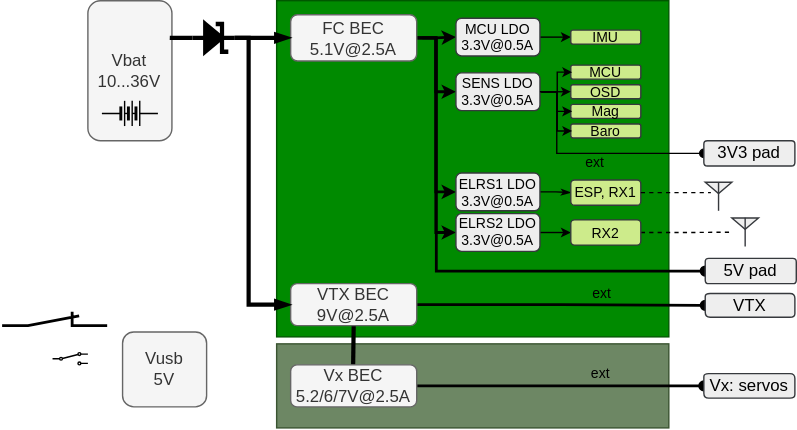
MomoRC-tech/MoGliFC-Flight-Controller keeps this draw.io diagram as documentation/images/doc_MoGliFC_power_concept.svg. Above is the earlier version. Source tidied: cells renumbered, new cells last; positions are measured from the earlier drawing's top-left corner, leaving out a move shared by most shapes.
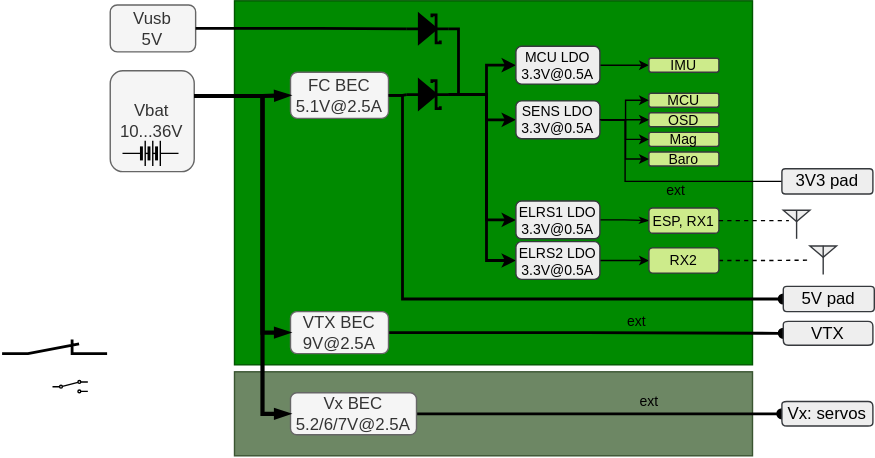
After the commit.

What changed in the source:
```diff
@@ -3,13 +3,13 @@
     <mxCell id="0" />
     <mxCell id="1" parent="0" />
     <mxCell id="2" style="whiteSpace=wrap;html=1;fillColor=#008a00;fontColor=#ffffff;strokeColor=#005700;imageAspect=1;" parent="1" vertex="1">
-      <mxGeometry x="196" width="280" height="240" as="geometry" />
+      <mxGeometry x="166" y="-20" width="370" height="260" as="geometry" />
     </mxCell>
     <mxCell id="3" style="rounded=0;whiteSpace=wrap;html=1;fillColor=#6d8764;fontColor=#ffffff;strokeColor=#3A5431;" parent="1" vertex="1">
-      <mxGeometry x="196" y="245" width="280" height="60" as="geometry" />
+      <mxGeometry x="166" y="245" width="370" height="60" as="geometry" />
     </mxCell>
     <mxCell id="4" value="Vbat&lt;div&gt;10...36V&lt;/div&gt;" style="whiteSpace=wrap;html=1;rounded=1;fillColor=#f5f5f5;fontColor=#333333;strokeColor=#666666;" parent="1" vertex="1">
-      <mxGeometry x="61.2" width="60" height="100" as="geometry" />
+      <mxGeometry x="77.2" y="30" width="60" height="72" as="geometry" />
     </mxCell>
     <mxCell id="5" style="edgeStyle=orthogonalEdgeStyle;rounded=0;jettySize=auto;html=1;entryX=0;entryY=0.5;entryDx=0;entryDy=0;endArrow=oval;endFill=1;strokeWidth=2;" parent="1" edge="1" source="8" target="19">
       <mxGeometry relative="1" as="geometry" />
@@ -19,41 +19,53 @@
         <mxPoint x="10" y="-13" as="offset" />
       </mxGeometry>
     </mxCell>
-    <mxCell id="7" style="edgeStyle=elbowEdgeStyle;rounded=0;jettySize=auto;html=1;endArrow=none;endFill=0;strokeWidth=3;exitX=0.5;exitY=1;exitDx=0;exitDy=0;" parent="1" edge="1" source="8" target="18">
-      <mxGeometry relative="1" as="geometry" />
-    </mxCell>
     <mxCell id="8" value="VTX BEC 9V@2.5A" style="whiteSpace=wrap;html=1;rounded=1;fillColor=#f5f5f5;fontColor=#333333;strokeColor=#666666;" parent="1" vertex="1">
-      <mxGeometry x="206" y="202" width="90" height="30" as="geometry" />
+      <mxGeometry x="206" y="202" width="70" height="30" as="geometry" />
     </mxCell>
-    <mxCell id="9" style="edgeStyle=elbowEdgeStyle;rounded=0;jettySize=auto;html=1;exitX=1;exitY=0.5;exitDx=0;exitDy=0;entryX=0;entryY=0.5;entryDx=0;entryDy=0;endSize=4;strokeWidth=2;" parent="1" edge="1" source="15" target="22">
-      <mxGeometry relative="1" as="geometry" />
+    <mxCell id="9" style="edgeStyle=elbowEdgeStyle;rounded=0;jettySize=auto;html=1;exitX=1;exitY=0.5;exitDx=0;exitDy=0;entryX=0;entryY=0.5;entryDx=0;entryDy=0;endSize=4;strokeWidth=2;exitPerimeter=0;" parent="1" edge="1" source="54" target="22">
+      <mxGeometry relative="1" as="geometry">
+        <Array as="points">
+          <mxPoint x="346" y="40" />
+        </Array>
+      </mxGeometry>
     </mxCell>
-    <mxCell id="10" style="edgeStyle=elbowEdgeStyle;rounded=0;jettySize=auto;html=1;exitX=1;exitY=0.5;exitDx=0;exitDy=0;entryX=0;entryY=0.5;entryDx=0;entryDy=0;endSize=4;strokeWidth=2;" parent="1" edge="1" source="15" target="25">
-      <mxGeometry relative="1" as="geometry" />
+    <mxCell id="10" style="edgeStyle=elbowEdgeStyle;rounded=0;jettySize=auto;html=1;exitX=1;exitY=0.5;exitDx=0;exitDy=0;entryX=0;entryY=0.5;entryDx=0;entryDy=0;endSize=4;strokeWidth=2;exitPerimeter=0;" parent="1" edge="1" source="54" target="25">
+      <mxGeometry relative="1" as="geometry">
+        <Array as="points">
+          <mxPoint x="346" y="50" />
+        </Array>
+      </mxGeometry>
     </mxCell>
-    <mxCell id="11" style="edgeStyle=elbowEdgeStyle;rounded=0;jettySize=auto;html=1;endSize=4;strokeWidth=2;" parent="1" edge="1" source="15" target="27">
-      <mxGeometry relative="1" as="geometry" />
+    <mxCell id="11" style="edgeStyle=elbowEdgeStyle;rounded=0;jettySize=auto;html=1;endSize=4;strokeWidth=2;exitX=1;exitY=0.5;exitDx=0;exitDy=0;exitPerimeter=0;" parent="1" edge="1" source="54" target="27">
+      <mxGeometry relative="1" as="geometry">
+        <Array as="points">
+          <mxPoint x="346" y="90" />
+        </Array>
+      </mxGeometry>
     </mxCell>
-    <mxCell id="12" style="edgeStyle=elbowEdgeStyle;rounded=0;jettySize=auto;html=1;endSize=4;strokeWidth=2;" parent="1" edge="1" source="15" target="29">
-      <mxGeometry relative="1" as="geometry" />
+    <mxCell id="12" style="edgeStyle=elbowEdgeStyle;rounded=0;jettySize=auto;html=1;endSize=4;strokeWidth=2;exitX=1;exitY=0.5;exitDx=0;exitDy=0;exitPerimeter=0;" parent="1" edge="1" source="54" target="29">
+      <mxGeometry relative="1" as="geometry">
+        <Array as="points">
+          <mxPoint x="346" y="90" />
+        </Array>
+      </mxGeometry>
     </mxCell>
-    <mxCell id="13" style="edgeStyle=elbowEdgeStyle;rounded=0;jettySize=auto;html=1;entryX=0;entryY=0.5;entryDx=0;entryDy=0;endSize=6;endArrow=oval;endFill=1;strokeWidth=2;" parent="1" edge="1" target="35">
+    <mxCell id="13" style="edgeStyle=elbowEdgeStyle;rounded=0;jettySize=auto;html=1;entryX=0;entryY=0.5;entryDx=0;entryDy=0;endSize=6;endArrow=oval;endFill=1;strokeWidth=2;exitX=1;exitY=0.5;exitDx=0;exitDy=0;" parent="1" edge="1" source="15" target="35">
       <mxGeometry relative="1" as="geometry">
-        <mxPoint x="300" y="26.5" as="sourcePoint" />
         <Array as="points">
-          <mxPoint x="310" y="120" />
+          <mxPoint x="286" y="110" />
         </Array>
       </mxGeometry>
     </mxCell>
-    <mxCell id="14" style="edgeStyle=elbowEdgeStyle;rounded=0;jettySize=auto;html=1;endArrow=blockThin;endFill=1;strokeWidth=3;exitX=1;exitY=0.5;exitDx=0;exitDy=0;endSize=4;exitPerimeter=0;" parent="1" edge="1" source="40" target="8">
+    <mxCell id="14" style="edgeStyle=elbowEdgeStyle;rounded=0;jettySize=auto;html=1;endArrow=blockThin;endFill=1;strokeWidth=3;exitX=1;exitY=0.25;exitDx=0;exitDy=0;endSize=4;" parent="1" edge="1" source="4" target="8">
       <mxGeometry relative="1" as="geometry">
         <Array as="points">
-          <mxPoint x="176" y="120" />
+          <mxPoint x="186" y="130" />
         </Array>
       </mxGeometry>
     </mxCell>
     <mxCell id="15" value="FC BEC 5.1V@2.5A" style="whiteSpace=wrap;html=1;rounded=1;fillColor=#f5f5f5;fontColor=#333333;strokeColor=#666666;" parent="1" vertex="1">
-      <mxGeometry x="206" y="10" width="90" height="33" as="geometry" />
+      <mxGeometry x="206" y="31" width="70" height="33" as="geometry" />
     </mxCell>
     <mxCell id="16" style="edgeStyle=entityRelationEdgeStyle;rounded=0;jettySize=auto;html=1;entryX=0;entryY=0.5;entryDx=0;entryDy=0;endArrow=oval;endFill=1;strokeWidth=2;" parent="1" edge="1" source="18" target="20">
       <mxGeometry relative="1" as="geometry" />
@@ -67,21 +79,23 @@
       <mxGeometry x="206" y="260" width="90" height="30" as="geometry" />
     </mxCell>
     <mxCell id="19" value="VTX" style="shape=step;perimeter=stepPerimeter;whiteSpace=wrap;html=1;fixedSize=1;size=-6;fillColor=#eeeeee;strokeColor=#36393d;rounded=1;arcSize=7;" parent="1" vertex="1">
-      <mxGeometry x="502" y="209" width="64" height="17" as="geometry" />
+      <mxGeometry x="558" y="209" width="64" height="17" as="geometry" />
     </mxCell>
     <mxCell id="20" value="Vx: servos" style="shape=step;perimeter=stepPerimeter;whiteSpace=wrap;html=1;fixedSize=1;size=0;fillColor=#eeeeee;strokeColor=#36393d;rounded=1;arcSize=7;" parent="1" vertex="1">
-      <mxGeometry x="501" y="266.2" width="65" height="17.5" as="geometry" />
+      <mxGeometry x="557" y="266.2" width="65" height="17.5" as="geometry" />
     </mxCell>
     <mxCell id="21" style="edgeStyle=elbowEdgeStyle;rounded=0;jettySize=auto;html=1;endSize=4;" parent="1" edge="1" source="22" target="30">
       <mxGeometry relative="1" as="geometry" />
     </mxCell>
     <mxCell id="22" value="MCU LDO 3.3V@0.5A" style="whiteSpace=wrap;html=1;rounded=1;fontSize=10;fillColor=#eeeeee;strokeColor=#36393d;" parent="1" vertex="1">
-      <mxGeometry x="324" y="12.5" width="60" height="27" as="geometry" />
+      <mxGeometry x="367" y="12.5" width="60" height="27" as="geometry" />
     </mxCell>
-    <mxCell id="23" style="edgeStyle=elbowEdgeStyle;rounded=0;jettySize=auto;html=1;entryX=0;entryY=0.5;entryDx=0;entryDy=0;exitX=1;exitY=0.5;exitDx=0;exitDy=0;endArrow=oval;endFill=1;" parent="1" edge="1" source="25" target="31">
+    <mxCell id="23" style="edgeStyle=elbowEdgeStyle;rounded=0;orthogonalLoop=1;jettySize=auto;html=1;entryX=0;entryY=0.5;entryDx=0;entryDy=0;exitX=1;exitY=0.5;exitDx=0;exitDy=0;endArrow=oval;endFill=1;" parent="1" edge="1">
       <mxGeometry relative="1" as="geometry">
+        <mxPoint x="433" y="65" as="sourcePoint" />
+        <mxPoint x="563" y="109" as="targetPoint" />
         <Array as="points">
-          <mxPoint x="396" y="100" />
+          <mxPoint x="445" y="100" />
         </Array>
       </mxGeometry>
     </mxCell>
@@ -91,53 +105,47 @@
       </mxGeometry>
     </mxCell>
     <mxCell id="25" value="SENS LDO 3.3V@0.5A" style="whiteSpace=wrap;html=1;rounded=1;fontSize=10;fillColor=#eeeeee;strokeColor=#36393d;" parent="1" vertex="1">
-      <mxGeometry x="324" y="51.5" width="60" height="27" as="geometry" />
+      <mxGeometry x="367" y="51.5" width="60" height="27" as="geometry" />
     </mxCell>
     <mxCell id="26" style="edgeStyle=elbowEdgeStyle;rounded=0;jettySize=auto;html=1;entryX=0;entryY=0.5;entryDx=0;entryDy=0;strokeWidth=1;endArrow=classicThin;endFill=1;endSize=4;" parent="1" edge="1" source="27" target="32">
       <mxGeometry relative="1" as="geometry" />
     </mxCell>
     <mxCell id="27" value="ELRS1 LDO 3.3V@0.5A" style="whiteSpace=wrap;html=1;rounded=1;fontSize=10;fillColor=#eeeeee;strokeColor=#36393d;" parent="1" vertex="1">
-      <mxGeometry x="324" y="123" width="60" height="27" as="geometry" />
+      <mxGeometry x="367" y="123" width="60" height="27" as="geometry" />
     </mxCell>
     <mxCell id="28" style="edgeStyle=elbowEdgeStyle;rounded=0;jettySize=auto;html=1;exitX=1;exitY=0.5;exitDx=0;exitDy=0;endSize=4;" parent="1" edge="1" source="29" target="34">
       <mxGeometry relative="1" as="geometry" />
     </mxCell>
     <mxCell id="29" value="ELRS2 LDO 3.3V@0.5A" style="whiteSpace=wrap;html=1;rounded=1;fontSize=10;fillColor=#eeeeee;strokeColor=#36393d;" parent="1" vertex="1">
-      <mxGeometry x="324" y="152" width="60" height="27" as="geometry" />
+      <mxGeometry x="367" y="152" width="60" height="27" as="geometry" />
     </mxCell>
     <mxCell id="30" value="IMU" style="whiteSpace=wrap;html=1;rounded=1;fillColor=#cdeb8b;strokeColor=#36393d;fontSize=10;" parent="1" vertex="1">
-      <mxGeometry x="406" y="21" width="50" height="10" as="geometry" />
+      <mxGeometry x="462" y="21" width="50" height="10" as="geometry" />
     </mxCell>
     <mxCell id="31" value="3V3 pad" style="shape=step;perimeter=stepPerimeter;whiteSpace=wrap;html=1;fixedSize=1;size=-5;fillColor=#eeeeee;strokeColor=#36393d;rounded=1;arcSize=5;" parent="1" vertex="1">
-      <mxGeometry x="501" y="100" width="65" height="18" as="geometry" />
+      <mxGeometry x="557" y="100" width="65" height="18" as="geometry" />
     </mxCell>
     <mxCell id="32" value="ESP, RX1" style="whiteSpace=wrap;html=1;rounded=1;fillColor=#cdeb8b;strokeColor=#36393d;fontSize=10;" parent="1" vertex="1">
-      <mxGeometry x="406" y="128" width="50" height="18" as="geometry" />
+      <mxGeometry x="462" y="128" width="50" height="18" as="geometry" />
     </mxCell>
     <mxCell id="33" style="edgeStyle=elbowEdgeStyle;rounded=0;jettySize=auto;html=1;dashed=1;endArrow=none;endFill=0;" parent="1" edge="1" source="34" target="43">
       <mxGeometry relative="1" as="geometry" />
     </mxCell>
     <mxCell id="34" value="RX2" style="whiteSpace=wrap;html=1;rounded=1;fillColor=#cdeb8b;strokeColor=#36393d;fontSize=10;" parent="1" vertex="1">
-      <mxGeometry x="406" y="156.5" width="50" height="18" as="geometry" />
+      <mxGeometry x="462" y="156.5" width="50" height="18" as="geometry" />
     </mxCell>
     <mxCell id="35" value="5V pad" style="shape=step;perimeter=stepPerimeter;whiteSpace=wrap;html=1;fixedSize=1;size=-5;fillColor=#eeeeee;strokeColor=#36393d;rounded=1;arcSize=5;" parent="1" vertex="1">
-      <mxGeometry x="502" y="184" width="65" height="18" as="geometry" />
+      <mxGeometry x="558" y="184" width="65" height="18" as="geometry" />
     </mxCell>
     <mxCell id="36" value="Vusb&lt;div&gt;5V&lt;/div&gt;" style="whiteSpace=wrap;html=1;rounded=1;fillColor=#f5f5f5;fontColor=#333333;strokeColor=#666666;" parent="1" vertex="1">
-      <mxGeometry x="86" y="236.5" width="60" height="53.5" as="geometry" />
+      <mxGeometry x="77.2" y="-17" width="61" height="33.5" as="geometry" />
     </mxCell>
     <mxCell id="37" style="verticalLabelPosition=bottom;shadow=0;dashed=0;align=center;html=1;verticalAlign=top;shape=mxgraph.electrical.radio.aerial_-_antenna_2;strokeWidth=1;fillColor=#eeeeee;strokeColor=#36393d;" parent="1" vertex="1">
-      <mxGeometry x="502" y="129.5" width="19" height="20.5" as="geometry" />
+      <mxGeometry x="558" y="129.5" width="19" height="20.5" as="geometry" />
     </mxCell>
     <mxCell id="38" style="verticalLabelPosition=bottom;shadow=0;dashed=0;align=center;html=1;verticalAlign=top;shape=mxgraph.electrical.miscellaneous.batteryStack;" parent="1" vertex="1">
-      <mxGeometry x="71.2" y="71.5" width="40" height="18" as="geometry" />
+      <mxGeometry x="86" y="80" width="40" height="18" as="geometry" />
     </mxCell>
-    <mxCell id="39" style="edgeStyle=orthogonalEdgeStyle;rounded=0;jettySize=auto;html=1;exitX=0;exitY=0.5;exitDx=0;exitDy=0;exitPerimeter=0;entryX=1;entryY=0.25;entryDx=0;entryDy=0;endArrow=none;endFill=0;strokeWidth=3;" parent="1" edge="1" source="40" target="4">
-      <mxGeometry relative="1" as="geometry" />
-    </mxCell>
-    <mxCell id="40" style="fillColor=strokeColor;verticalLabelPosition=bottom;shadow=0;dashed=0;align=center;html=1;verticalAlign=top;shape=mxgraph.electrical.diodes.schottky_diode;strokeWidth=3;" parent="1" vertex="1">
-      <mxGeometry x="136" y="16.5" width="30" height="20" as="geometry" />
-    </mxCell>
     <mxCell id="41" style="html=1;shape=mxgraph.electrical.electro-mechanical.twoWaySwitch;elSwitchState=2;" parent="1" vertex="1">
       <mxGeometry x="36" y="251.2" width="25.2" height="8.8" as="geometry" />
     </mxCell>
@@ -145,46 +153,81 @@
       <mxGeometry y="222" width="75" height="10" as="geometry" />
     </mxCell>
     <mxCell id="43" style="verticalLabelPosition=bottom;shadow=0;dashed=0;align=center;html=1;verticalAlign=top;shape=mxgraph.electrical.radio.aerial_-_antenna_2;strokeWidth=1;fillColor=#eeeeee;strokeColor=#36393d;" parent="1" vertex="1">
-      <mxGeometry x="521" y="155" width="19" height="20.5" as="geometry" />
+      <mxGeometry x="577" y="155" width="19" height="20.5" as="geometry" />
     </mxCell>
     <mxCell id="44" style="edgeStyle=elbowEdgeStyle;rounded=0;jettySize=auto;html=1;entryX=0.211;entryY=0.366;entryDx=0;entryDy=0;entryPerimeter=0;endArrow=none;endFill=0;dashed=1;" parent="1" edge="1" source="32" target="37">
       <mxGeometry relative="1" as="geometry" />
     </mxCell>
-    <mxCell id="45" style="edgeStyle=elbowEdgeStyle;rounded=0;jettySize=auto;html=1;endArrow=blockThin;endFill=1;strokeWidth=3;exitX=1;exitY=0.5;exitDx=0;exitDy=0;entryX=0;entryY=0.5;entryDx=0;entryDy=0;endSize=4;strokeColor=default;exitPerimeter=0;" parent="1" edge="1" source="40" target="15">
-      <mxGeometry relative="1" as="geometry" />
+    <mxCell id="45" style="edgeStyle=elbowEdgeStyle;rounded=0;jettySize=auto;html=1;endArrow=blockThin;endFill=1;strokeWidth=3;exitX=1;exitY=0.25;exitDx=0;exitDy=0;endSize=4;strokeColor=default;entryX=0;entryY=0.5;entryDx=0;entryDy=0;" parent="1" edge="1" source="4" target="15">
+      <mxGeometry relative="1" as="geometry">
+        <Array as="points">
+          <mxPoint x="186" y="40" />
+        </Array>
+      </mxGeometry>
     </mxCell>
     <mxCell id="46" value="MCU" style="whiteSpace=wrap;html=1;rounded=1;fillColor=#cdeb8b;strokeColor=#36393d;fontSize=10;" parent="1" vertex="1">
-      <mxGeometry x="406" y="46" width="50" height="10" as="geometry" />
+      <mxGeometry x="462" y="46" width="50" height="10" as="geometry" />
     </mxCell>
     <mxCell id="47" value="OSD" style="whiteSpace=wrap;html=1;rounded=1;fillColor=#cdeb8b;strokeColor=#36393d;fontSize=10;" parent="1" vertex="1">
-      <mxGeometry x="406" y="60" width="50" height="10" as="geometry" />
+      <mxGeometry x="462" y="60" width="50" height="10" as="geometry" />
     </mxCell>
     <mxCell id="48" value="Mag" style="whiteSpace=wrap;html=1;rounded=1;fillColor=#cdeb8b;strokeColor=#36393d;fontSize=10;" parent="1" vertex="1">
-      <mxGeometry x="406" y="74" width="50" height="10" as="geometry" />
+      <mxGeometry x="462" y="74" width="50" height="10" as="geometry" />
     </mxCell>
     <mxCell id="49" value="Baro" style="whiteSpace=wrap;html=1;rounded=1;fillColor=#cdeb8b;strokeColor=#36393d;fontSize=10;" parent="1" vertex="1">
-      <mxGeometry x="406" y="88" width="50" height="10" as="geometry" />
+      <mxGeometry x="462" y="88" width="50" height="10" as="geometry" />
     </mxCell>
-    <mxCell id="50" style="edgeStyle=elbowEdgeStyle;rounded=0;orthogonalLoop=1;jettySize=auto;html=1;entryX=0;entryY=0.5;entryDx=0;entryDy=0;endSize=4;exitX=1;exitY=0.5;exitDx=0;exitDy=0;" parent="1" edge="1">
+    <mxCell id="50" style="edgeStyle=elbowEdgeStyle;rounded=0;jettySize=auto;html=1;entryX=0;entryY=0.5;entryDx=0;entryDy=0;endSize=4;exitX=1;exitY=0.5;exitDx=0;exitDy=0;" parent="1" edge="1" target="46">
       <mxGeometry relative="1" as="geometry">
-        <mxPoint x="385" y="65" as="sourcePoint" />
-        <mxPoint x="407" y="51" as="targetPoint" />
+        <mxPoint x="428" y="65" as="sourcePoint" />
       </mxGeometry>
     </mxCell>
     <mxCell id="51" style="edgeStyle=elbowEdgeStyle;rounded=0;jettySize=auto;html=1;entryX=0;entryY=0.5;entryDx=0;entryDy=0;endSize=4;exitX=1;exitY=0.5;exitDx=0;exitDy=0;" parent="1" edge="1" source="25" target="47">
       <mxGeometry relative="1" as="geometry" />
     </mxCell>
-    <mxCell id="52" style="edgeStyle=elbowEdgeStyle;rounded=0;orthogonalLoop=1;jettySize=auto;html=1;entryX=0;entryY=0.5;entryDx=0;entryDy=0;endSize=4;exitX=1;exitY=0.5;exitDx=0;exitDy=0;" parent="1" edge="1">
+    <mxCell id="52" style="edgeStyle=elbowEdgeStyle;rounded=0;jettySize=auto;html=1;entryX=0;entryY=0.5;entryDx=0;entryDy=0;endSize=4;exitX=1;exitY=0.5;exitDx=0;exitDy=0;" parent="1" edge="1" target="48">
       <mxGeometry relative="1" as="geometry">
-        <mxPoint x="385" y="65" as="sourcePoint" />
-        <mxPoint x="407" y="79" as="targetPoint" />
+        <mxPoint x="428" y="65" as="sourcePoint" />
       </mxGeometry>
     </mxCell>
-    <mxCell id="53" style="edgeStyle=elbowEdgeStyle;rounded=0;orthogonalLoop=1;jettySize=auto;html=1;entryX=0;entryY=0.5;entryDx=0;entryDy=0;endSize=4;exitX=1;exitY=0.5;exitDx=0;exitDy=0;" parent="1" edge="1">
+    <mxCell id="53" style="edgeStyle=elbowEdgeStyle;rounded=0;jettySize=auto;html=1;entryX=0;entryY=0.5;entryDx=0;entryDy=0;endSize=4;exitX=1;exitY=0.5;exitDx=0;exitDy=0;" parent="1" edge="1" target="49">
       <mxGeometry relative="1" as="geometry">
-        <mxPoint x="385" y="65" as="sourcePoint" />
-        <mxPoint x="407" y="93" as="targetPoint" />
+        <mxPoint x="428" y="65" as="sourcePoint" />
       </mxGeometry>
     </mxCell>
+    <mxCell id="54" style="fillColor=strokeColor;verticalLabelPosition=bottom;shadow=0;dashed=0;align=center;html=1;verticalAlign=top;shape=mxgraph.electrical.diodes.schottky_diode;strokeWidth=2;" parent="1" vertex="1">
+      <mxGeometry x="289" y="37" width="30" height="20" as="geometry" />
+    </mxCell>
+    <mxCell id="55" style="edgeStyle=elbowEdgeStyle;rounded=0;jettySize=auto;html=1;endArrow=blockThin;endFill=1;strokeWidth=3;exitX=1;exitY=0.25;exitDx=0;exitDy=0;endSize=4;entryX=0;entryY=0.5;entryDx=0;entryDy=0;" parent="1" edge="1" source="4" target="18">
+      <mxGeometry relative="1" as="geometry">
+        <Array as="points">
+          <mxPoint x="186" y="160" />
+        </Array>
+      </mxGeometry>
+    </mxCell>
+    <mxCell id="56" style="edgeStyle=elbowEdgeStyle;rounded=0;jettySize=auto;html=1;entryX=0;entryY=0.5;entryDx=0;entryDy=0;endSize=6;endArrow=none;endFill=0;strokeWidth=2;exitX=1;exitY=0.5;exitDx=0;exitDy=0;entryPerimeter=0;" parent="1" edge="1" source="15" target="54">
+      <mxGeometry relative="1" as="geometry">
+        <Array as="points">
+          <mxPoint x="286" y="47" />
+        </Array>
+      </mxGeometry>
+    </mxCell>
+    <mxCell id="57" style="fillColor=strokeColor;verticalLabelPosition=bottom;shadow=0;dashed=0;align=center;html=1;verticalAlign=top;shape=mxgraph.electrical.diodes.schottky_diode;strokeWidth=2;" parent="1" vertex="1">
+      <mxGeometry x="289" y="-10" width="30" height="20" as="geometry" />
+    </mxCell>
+    <mxCell id="58" style="edgeStyle=elbowEdgeStyle;rounded=0;jettySize=auto;html=1;endSize=6;endArrow=none;endFill=0;strokeWidth=2;exitX=1;exitY=0.5;exitDx=0;exitDy=0;exitPerimeter=0;entryX=1;entryY=0.5;entryDx=0;entryDy=0;entryPerimeter=0;" parent="1" edge="1" source="57" target="54">
+      <mxGeometry relative="1" as="geometry">
+        <Array as="points">
+          <mxPoint x="326" y="20" />
+        </Array>
+      </mxGeometry>
+    </mxCell>
+    <mxCell id="59" style="edgeStyle=elbowEdgeStyle;rounded=0;jettySize=auto;html=1;entryX=0;entryY=0.5;entryDx=0;entryDy=0;endSize=6;endArrow=none;endFill=0;strokeWidth=2;exitX=1;exitY=0.5;exitDx=0;exitDy=0;entryPerimeter=0;" parent="1" edge="1" source="36" target="57">
+      <mxGeometry relative="1" as="geometry">
+        <Array as="points">
+          <mxPoint x="226" />
+        </Array>
+      </mxGeometry>
+    </mxCell>
   </root>
 </mxGraphModel>
```
